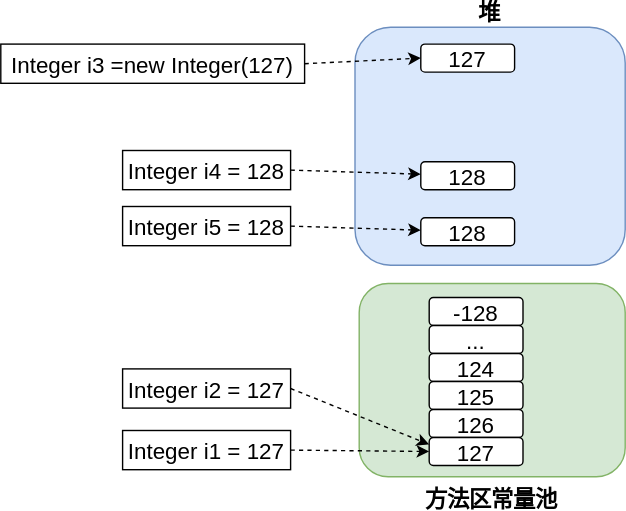
The draw.io diagram Java/JavaSE/基础知识/数值缓存.drawio.svg in Developer-Tang/notes, before a commit. Source tidied: cells renumbered, new cells last; positions are measured from the earlier drawing's top-left corner, leaving out a move shared by most shapes.
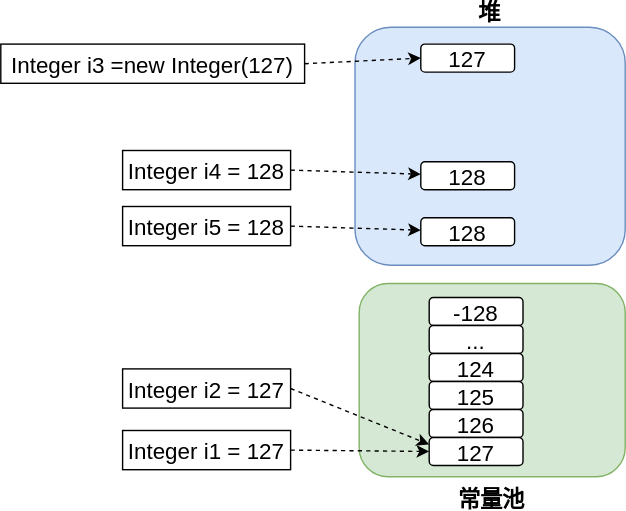
Later version of the same file.

Change to the diagram source:
```diff
@@ -2,7 +2,7 @@
   <root>
     <mxCell id="0" />
     <mxCell id="1" parent="0" />
-    <mxCell id="2" value="方法区常量池" style="rounded=1;fontSize=16;labelPosition=center;verticalLabelPosition=bottom;align=center;verticalAlign=top;fontStyle=1;fillColor=#d5e8d4;strokeColor=#82b366;labelBackgroundColor=none;" parent="1" vertex="1">
+    <mxCell id="2" value="常量池" style="rounded=1;fontSize=16;labelPosition=center;verticalLabelPosition=bottom;align=center;verticalAlign=top;fontStyle=1;fillColor=#d5e8d4;strokeColor=#82b366;labelBackgroundColor=none;" parent="1" vertex="1">
       <mxGeometry x="256" y="183" width="190" height="138" as="geometry" />
     </mxCell>
     <mxCell id="3" value="堆" style="rounded=1;labelPosition=center;verticalLabelPosition=top;align=center;verticalAlign=bottom;fillColor=#dae8fc;strokeColor=#6c8ebf;fontSize=16;fontStyle=1;labelBackgroundColor=none;" parent="1" vertex="1">
```
